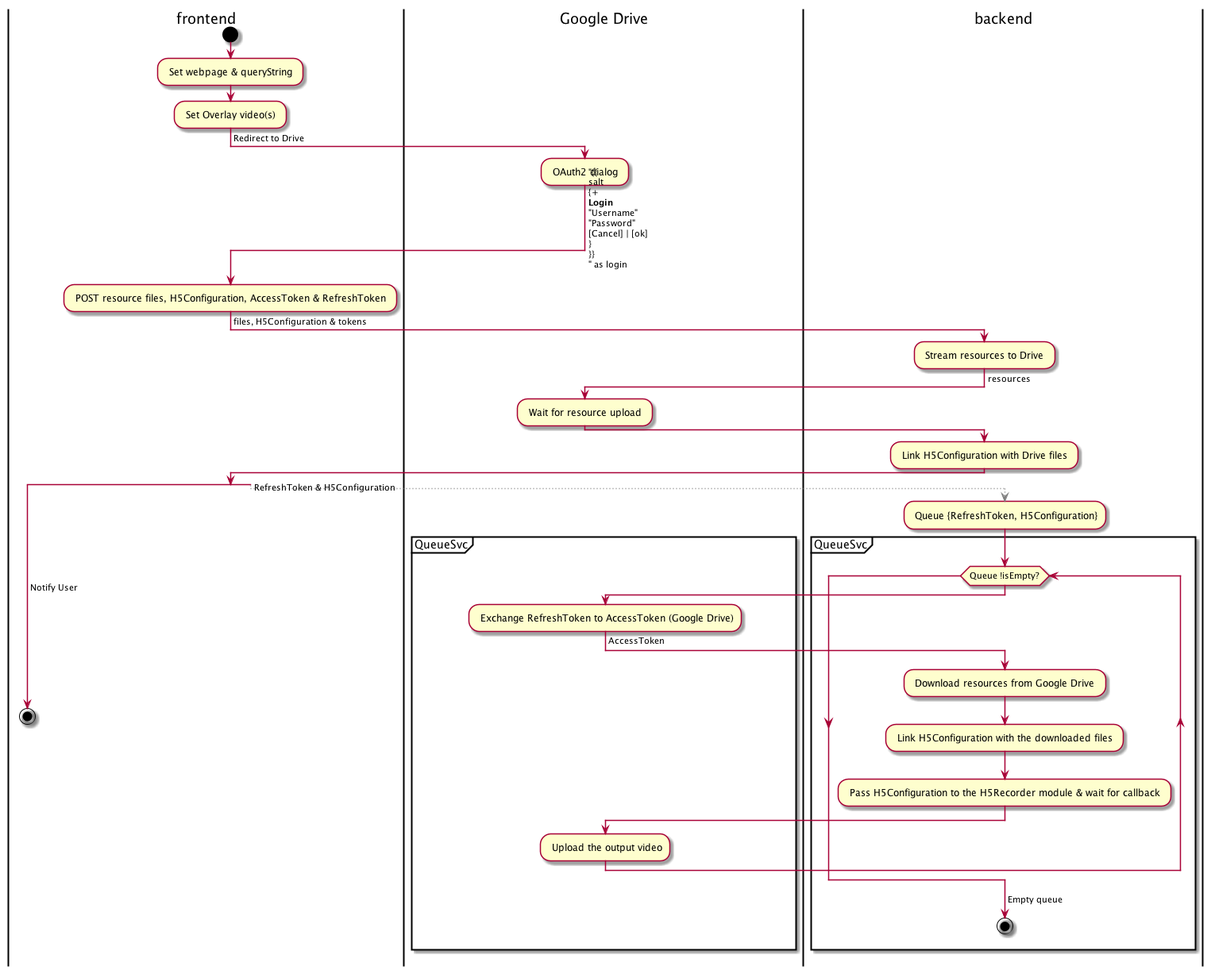
Above: doc/flow.png in yoga1290/storyreport (PlantUML), before the change.
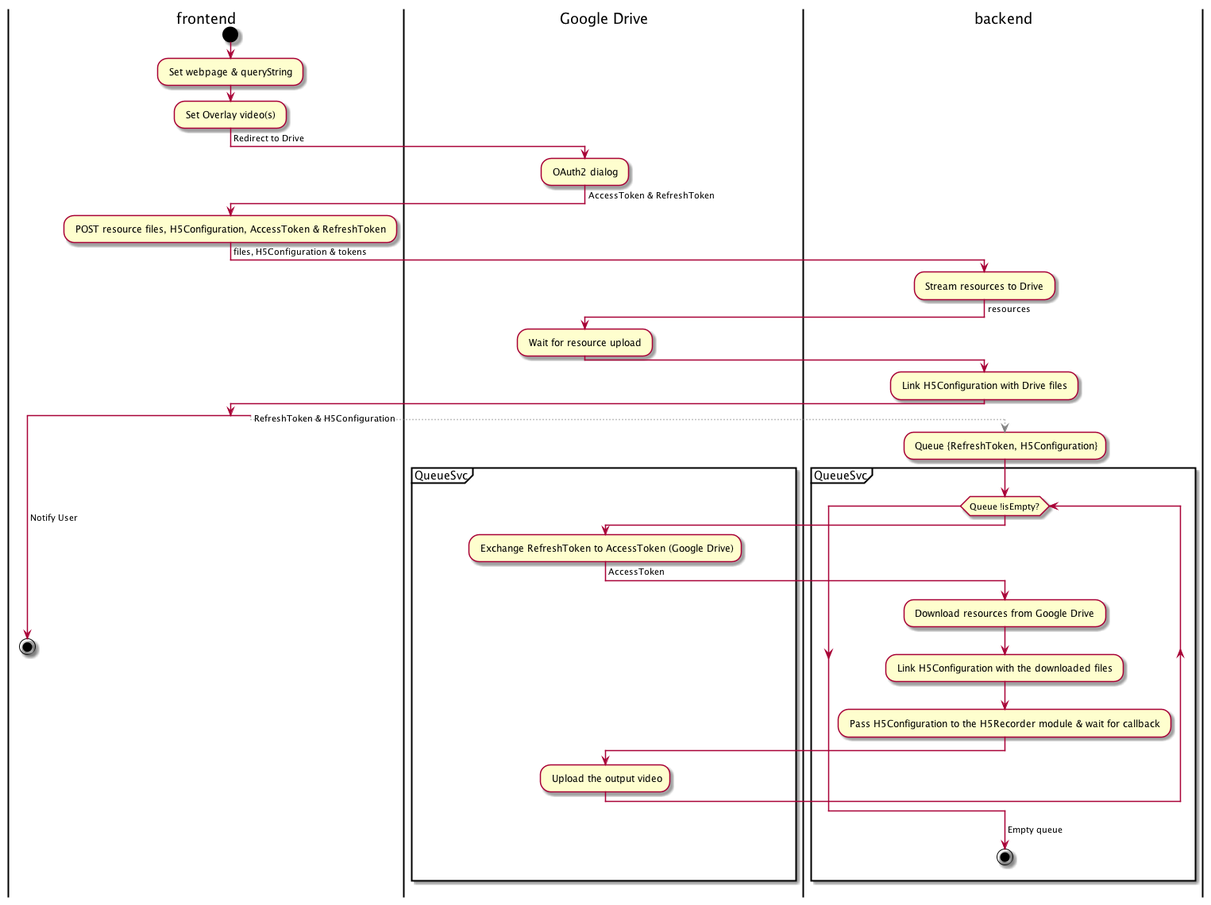
After the change.

Change to the diagram source:
```diff
@@ -11,16 +11,7 @@
 
 | Google Drive |
 : OAuth2 dialog ;
--> "{{
-salt
-{+
-<b>Login
-"Username"
-"Password"
-[Cancel] | [ok]
-}
-}}
-" as login ;
+-> AccessToken & RefreshToken ;
 
 | frontend |
 : POST resource files, H5Configuration, AccessToken & RefreshToken ;
```
